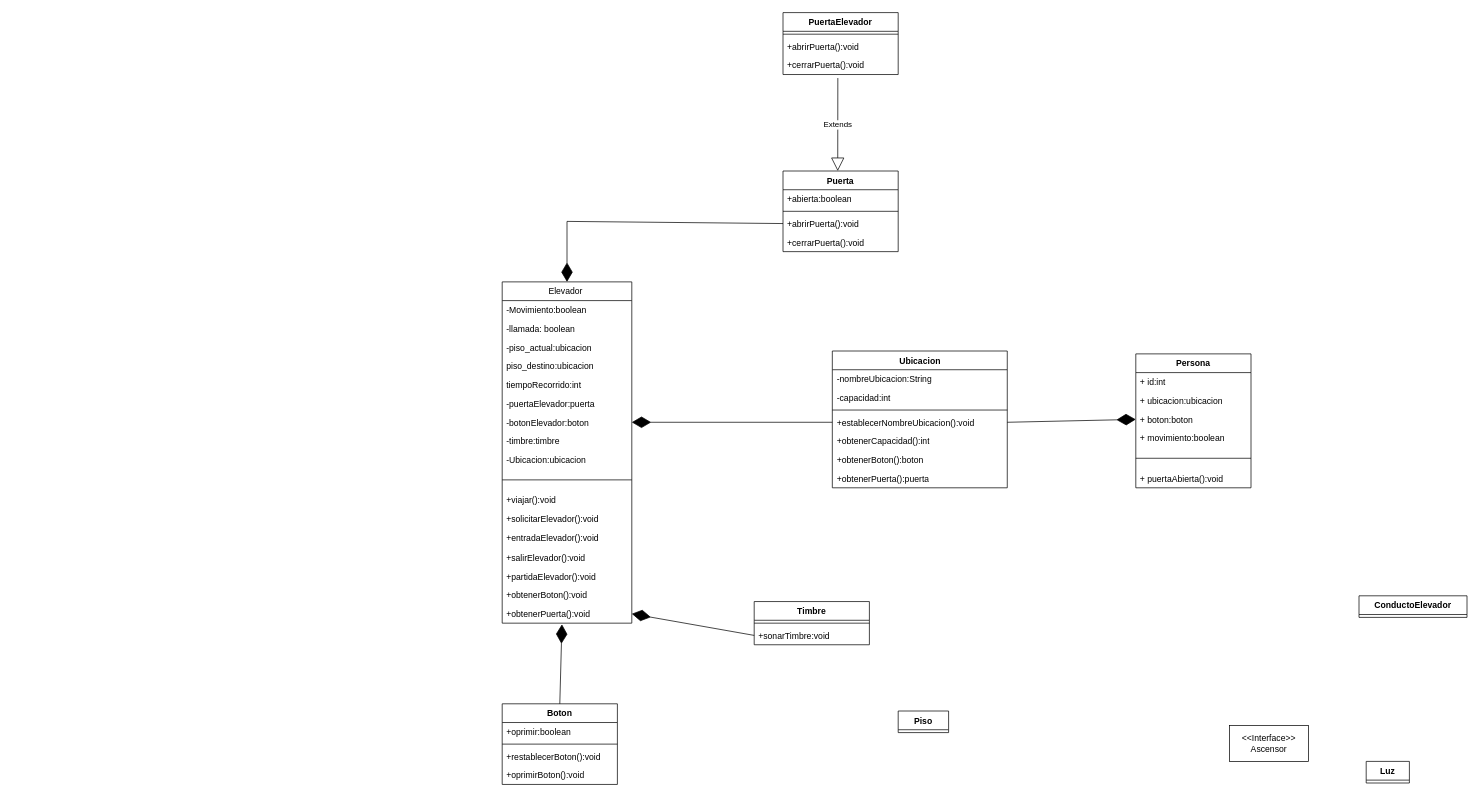
Above: Diagrama sin título.drawio in josearpa123/Ascensor (draw.io), before the change. Source tidied: cells renumbered, new cells numbered last; positions are measured from the earlier drawing's top-left corner, leaving out a move shared by most shapes. Both pictures are drawn from the tidied source at 72%, with x=0, y=0 at pixel (502, 12).
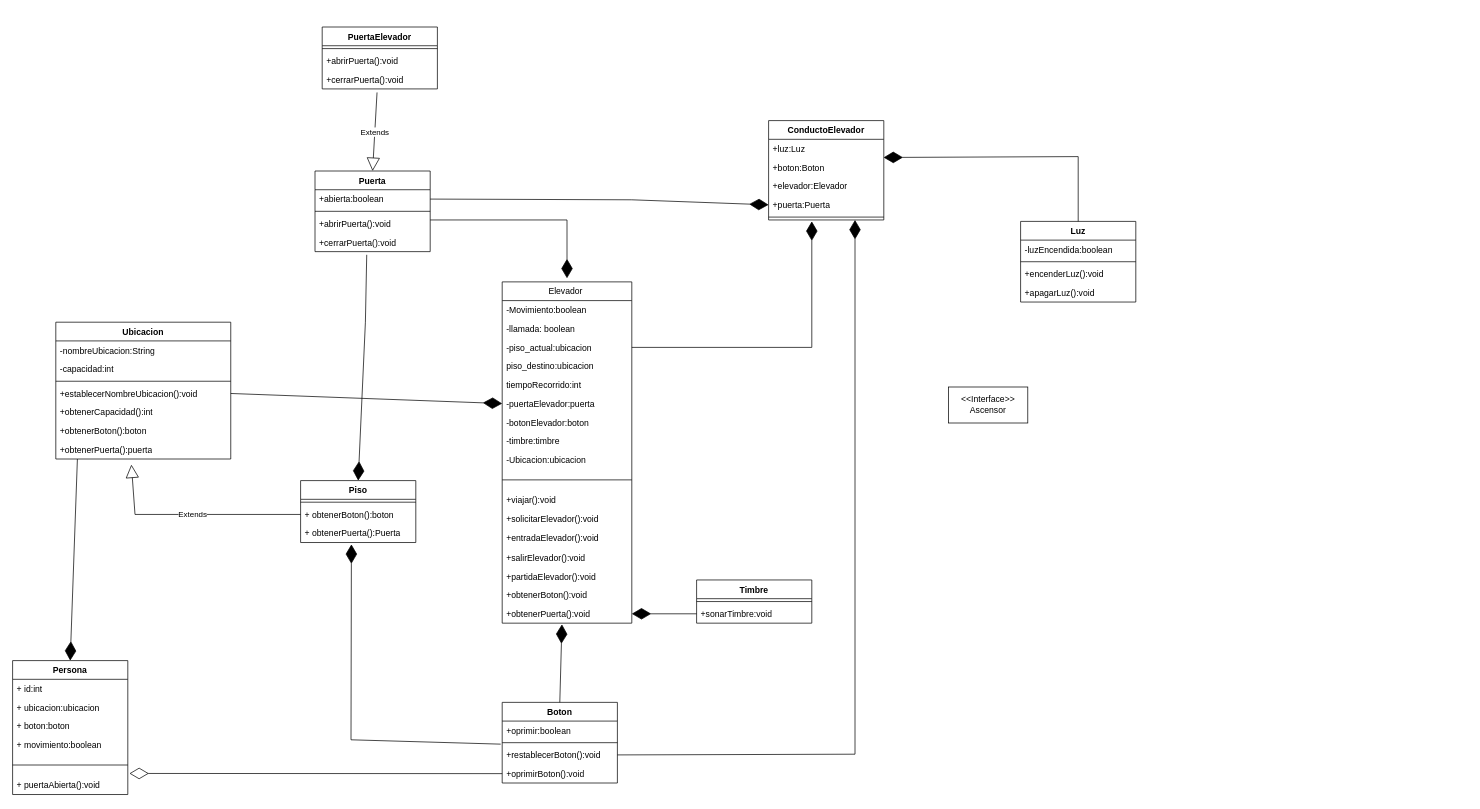
Above is the later version.

Unchanged cells that the change refers to:
```xml
<mxCell id="2" value="Elevador " style="swimlane;fontStyle=0;align=center;verticalAlign=top;horizontal=1;startSize=26;rounded=0;shadow=0;strokeWidth=1;" parent="1" vertex="1">
  <mxGeometry y="374" width="180" height="474" as="geometry" />
</mxCell>
<mxCell id="5" value="-piso_actual:ubicacion" style="text;align=left;verticalAlign=top;spacingLeft=4;spacingRight=4;overflow=hidden;points=[[0,0.5],[1,0.5]];portConstraint=eastwest;rounded=0;shadow=0;html=0;" parent="2" vertex="1">
  <mxGeometry y="78" width="180" height="26" as="geometry" />
</mxCell>
<mxCell id="8" value="-puertaElevador:puerta" style="text;align=left;verticalAlign=top;spacingLeft=4;spacingRight=4;overflow=hidden;points=[[0,0.5],[1,0.5]];portConstraint=eastwest;rounded=0;shadow=0;html=0;" parent="2" vertex="1">
  <mxGeometry y="156" width="180" height="26" as="geometry" />
</mxCell>
<mxCell id="9" value="-botonElevador:boton" style="text;align=left;verticalAlign=top;spacingLeft=4;spacingRight=4;overflow=hidden;points=[[0,0.5],[1,0.5]];portConstraint=eastwest;rounded=0;shadow=0;html=0;" parent="2" vertex="1">
  <mxGeometry y="182" width="180" height="26" as="geometry" />
</mxCell>
<mxCell id="27" value="+restablecerBoton():void" style="text;strokeColor=none;fillColor=none;align=left;verticalAlign=top;spacingLeft=4;spacingRight=4;overflow=hidden;points=[[0,0.5],[1,0.5]];portConstraint=eastwest;whiteSpace=wrap;html=1;" parent="24" vertex="1">
  <mxGeometry y="60" width="160" height="26" as="geometry" />
</mxCell>
<mxCell id="28" value="+oprimirBoton():void" style="text;strokeColor=none;fillColor=none;align=left;verticalAlign=top;spacingLeft=4;spacingRight=4;overflow=hidden;points=[[0,0.5],[1,0.5]];portConstraint=eastwest;whiteSpace=wrap;html=1;" parent="24" vertex="1">
  <mxGeometry y="86" width="160" height="26" as="geometry" />
</mxCell>
<mxCell id="40" value="+ boton:boton" style="text;strokeColor=none;fillColor=none;align=left;verticalAlign=top;spacingLeft=4;spacingRight=4;overflow=hidden;points=[[0,0.5],[1,0.5]];portConstraint=eastwest;whiteSpace=wrap;html=1;" parent="37" vertex="1">
  <mxGeometry y="78" width="160" height="26" as="geometry" />
</mxCell>
<mxCell id="43" value="+ puertaAbierta():void" style="text;strokeColor=none;fillColor=none;align=left;verticalAlign=top;spacingLeft=4;spacingRight=4;overflow=hidden;points=[[0,0.5],[1,0.5]];portConstraint=eastwest;whiteSpace=wrap;html=1;" parent="37" vertex="1">
  <mxGeometry y="160" width="160" height="26" as="geometry" />
</mxCell>
<mxCell id="49" value="+cerrarPuerta():void" style="text;strokeColor=none;fillColor=none;align=left;verticalAlign=top;spacingLeft=4;spacingRight=4;overflow=hidden;points=[[0,0.5],[1,0.5]];portConstraint=eastwest;whiteSpace=wrap;html=1;" parent="46" vertex="1">
  <mxGeometry y="60" width="160" height="26" as="geometry" />
</mxCell>
<mxCell id="53" value="+abierta:boolean" style="text;strokeColor=none;fillColor=none;align=left;verticalAlign=top;spacingLeft=4;spacingRight=4;overflow=hidden;points=[[0,0.5],[1,0.5]];portConstraint=eastwest;whiteSpace=wrap;html=1;" parent="52" vertex="1">
  <mxGeometry y="26" width="160" height="26" as="geometry" />
</mxCell>
<mxCell id="55" value="+abrirPuerta():void" style="text;strokeColor=none;fillColor=none;align=left;verticalAlign=top;spacingLeft=4;spacingRight=4;overflow=hidden;points=[[0,0.5],[1,0.5]];portConstraint=eastwest;whiteSpace=wrap;html=1;" parent="52" vertex="1">
  <mxGeometry y="60" width="160" height="26" as="geometry" />
</mxCell>
<mxCell id="56" value="+cerrarPuerta():void" style="text;strokeColor=none;fillColor=none;align=left;verticalAlign=top;spacingLeft=4;spacingRight=4;overflow=hidden;points=[[0,0.5],[1,0.5]];portConstraint=eastwest;whiteSpace=wrap;html=1;" parent="52" vertex="1">
  <mxGeometry y="86" width="160" height="26" as="geometry" />
</mxCell>
```

What changed in the source:
```diff
@@
-    <mxCell id="20" value="ConductoElevador" style="swimlane;fontStyle=1;align=center;verticalAlign=top;horizontal=1;startSize=26;whiteSpace=wrap;html=1;" parent="1" vertex="1" collapsed="1">
-      <mxGeometry x="1190" y="810" width="150" height="30" as="geometry" />
+    <mxCell id="20" value="ConductoElevador" style="swimlane;fontStyle=1;align=center;verticalAlign=top;horizontal=1;startSize=26;whiteSpace=wrap;html=1;" parent="1" vertex="1">
+      <mxGeometry x="370" y="150" width="160" height="138" as="geometry" />
     </mxCell>
+    <mxCell id="62" value="+luz:Luz" style="text;strokeColor=none;fillColor=none;align=left;verticalAlign=top;spacingLeft=4;spacingRight=4;overflow=hidden;whiteSpace=wrap;html=1;" parent="20" vertex="1">
+      <mxGeometry y="26" width="160" height="26" as="geometry" />
+    </mxCell>
+    <mxCell id="63" value="+boton:Boton" style="text;strokeColor=none;fillColor=none;align=left;verticalAlign=top;spacingLeft=4;spacingRight=4;overflow=hidden;points=[[0,0.5],[1,0.5]];portConstraint=eastwest;whiteSpace=wrap;html=1;" parent="20" vertex="1">
+      <mxGeometry y="52" width="160" height="26" as="geometry" />
+    </mxCell>
+    <mxCell id="64" value="+elevador:Elevador" style="text;strokeColor=none;fillColor=none;align=left;verticalAlign=top;spacingLeft=4;spacingRight=4;overflow=hidden;whiteSpace=wrap;html=1;" parent="20" vertex="1">
+      <mxGeometry y="78" width="160" height="26" as="geometry" />
+    </mxCell>
+    <mxCell id="65" value="+puerta:Puerta" style="text;strokeColor=none;fillColor=none;align=left;verticalAlign=top;spacingLeft=4;spacingRight=4;overflow=hidden;points=[[0,0.5],[1,0.5]];portConstraint=eastwest;whiteSpace=wrap;html=1;" parent="20" vertex="1">
+      <mxGeometry y="104" width="160" height="26" as="geometry" />
+    </mxCell>
+    <mxCell id="66" style="line;strokeWidth=1;fillColor=none;align=left;verticalAlign=middle;spacingTop=-1;spacingLeft=3;spacingRight=3;labelPosition=right;strokeColor=inherit;" parent="20" vertex="1">
+      <mxGeometry y="130" width="160" height="8" as="geometry" />
+    </mxCell>
     <mxCell id="21" value="Timbre" style="swimlane;fontStyle=1;align=center;verticalAlign=top;horizontal=1;startSize=26;whiteSpace=wrap;html=1;" parent="1" vertex="1">
-      <mxGeometry x="350" y="818" width="160" height="60" as="geometry" />
+      <mxGeometry x="270" y="788" width="160" height="60" as="geometry" />
     </mxCell>
@@
     <mxCell id="24" value="Boton" style="swimlane;fontStyle=1;align=center;verticalAlign=top;horizontal=1;startSize=26;whiteSpace=wrap;html=1;" parent="1" vertex="1">
-      <mxGeometry y="960" width="160" height="112" as="geometry" />
+      <mxGeometry y="958" width="160" height="112" as="geometry" />
     </mxCell>
@@
-    <mxCell id="29" value="Ubicacion" style="swimlane;fontStyle=1;align=center;verticalAlign=top;horizontal=1;startSize=26;whiteSpace=wrap;html=1;" parent="1" vertex="1">
-      <mxGeometry x="458.5" y="470" width="243" height="190" as="geometry" />
-    </mxCell>
-    <mxCell id="30" value="-nombreUbicacion:String" style="text;strokeColor=none;fillColor=none;align=left;verticalAlign=top;spacingLeft=4;spacingRight=4;overflow=hidden;whiteSpace=wrap;html=1;" parent="29" vertex="1">
-      <mxGeometry y="26" width="243" height="26" as="geometry" />
-    </mxCell>
-    <mxCell id="31" value="-capacidad:int" style="text;strokeColor=none;fillColor=none;align=left;verticalAlign=top;spacingLeft=4;spacingRight=4;overflow=hidden;whiteSpace=wrap;html=1;" parent="29" vertex="1">
-      <mxGeometry y="52" width="243" height="26" as="geometry" />
-    </mxCell>
-    <mxCell id="32" style="line;strokeWidth=1;fillColor=none;align=left;verticalAlign=middle;spacingTop=-1;spacingLeft=3;spacingRight=3;labelPosition=right;strokeColor=inherit;" parent="29" vertex="1">
-      <mxGeometry y="78" width="243" height="8" as="geometry" />
-    </mxCell>
-    <mxCell id="33" value="+establecerNombreUbicacion():void" style="text;strokeColor=none;fillColor=none;align=left;verticalAlign=top;spacingLeft=4;spacingRight=4;overflow=hidden;points=[[0,0.5],[1,0.5]];portConstraint=eastwest;whiteSpace=wrap;html=1;" parent="29" vertex="1">
-      <mxGeometry y="86" width="243" height="26" as="geometry" />
-    </mxCell>
-    <mxCell id="34" value="+obtenerCapacidad():int" style="text;strokeColor=none;fillColor=none;align=left;verticalAlign=top;spacingLeft=4;spacingRight=4;overflow=hidden;whiteSpace=wrap;html=1;" parent="29" vertex="1">
-      <mxGeometry y="112" width="243" height="26" as="geometry" />
-    </mxCell>
-    <mxCell id="35" value="+obtenerBoton():boton" style="text;strokeColor=none;fillColor=none;align=left;verticalAlign=top;spacingLeft=4;spacingRight=4;overflow=hidden;whiteSpace=wrap;html=1;" parent="29" vertex="1">
-      <mxGeometry y="138" width="243" height="26" as="geometry" />
-    </mxCell>
-    <mxCell id="36" value="+obtenerPuerta():puerta" style="text;strokeColor=none;fillColor=none;align=left;verticalAlign=top;spacingLeft=4;spacingRight=4;overflow=hidden;points=[[0,0.5],[1,0.5]];portConstraint=eastwest;whiteSpace=wrap;html=1;" parent="29" vertex="1">
-      <mxGeometry y="164" width="243" height="26" as="geometry" />
-    </mxCell>
     <mxCell id="37" value="Persona" style="swimlane;fontStyle=1;align=center;verticalAlign=top;horizontal=1;startSize=26;whiteSpace=wrap;html=1;" parent="1" vertex="1">
-      <mxGeometry x="880" y="474" width="160" height="186" as="geometry" />
+      <mxGeometry x="-680" y="900" width="160" height="186" as="geometry" />
     </mxCell>
@@
-    <mxCell id="44" value="Luz" style="swimlane;fontStyle=1;align=center;verticalAlign=top;horizontal=1;startSize=26;whiteSpace=wrap;html=1;" parent="1" vertex="1" collapsed="1">
-      <mxGeometry x="1200" y="1040" width="60" height="30" as="geometry" />
+    <mxCell id="44" value="Luz" style="swimlane;fontStyle=1;align=center;verticalAlign=top;horizontal=1;startSize=26;whiteSpace=wrap;html=1;" parent="1" vertex="1">
+      <mxGeometry x="720" y="290" width="160" height="112" as="geometry" />
     </mxCell>
+    <mxCell id="67" value="-luzEncendida:boolean" style="text;strokeColor=none;fillColor=none;align=left;verticalAlign=top;spacingLeft=4;spacingRight=4;overflow=hidden;whiteSpace=wrap;html=1;" parent="44" vertex="1">
+      <mxGeometry y="26" width="160" height="26" as="geometry" />
+    </mxCell>
+    <mxCell id="68" style="line;strokeWidth=1;fillColor=none;align=left;verticalAlign=middle;spacingTop=-1;spacingLeft=3;spacingRight=3;labelPosition=right;strokeColor=inherit;" parent="44" vertex="1">
+      <mxGeometry y="52" width="160" height="8" as="geometry" />
+    </mxCell>
+    <mxCell id="69" value="+encenderLuz():void" style="text;strokeColor=none;fillColor=none;align=left;verticalAlign=top;spacingLeft=4;spacingRight=4;overflow=hidden;whiteSpace=wrap;html=1;" parent="44" vertex="1">
+      <mxGeometry y="60" width="160" height="26" as="geometry" />
+    </mxCell>
+    <mxCell id="70" value="+apagarLuz():void" style="text;strokeColor=none;fillColor=none;align=left;verticalAlign=top;spacingLeft=4;spacingRight=4;overflow=hidden;whiteSpace=wrap;html=1;" parent="44" vertex="1">
+      <mxGeometry y="86" width="160" height="26" as="geometry" />
+    </mxCell>
-    <mxCell id="45" value="Piso" style="swimlane;fontStyle=1;align=center;verticalAlign=top;horizontal=1;startSize=26;whiteSpace=wrap;html=1;" parent="1" vertex="1" collapsed="1">
-      <mxGeometry x="550" y="970" width="70" height="30" as="geometry" />
+    <mxCell id="45" value="Piso" style="swimlane;fontStyle=1;align=center;verticalAlign=top;horizontal=1;startSize=26;whiteSpace=wrap;html=1;" parent="1" vertex="1">
+      <mxGeometry x="-280" y="650" width="160" height="86" as="geometry" />
     </mxCell>
+    <mxCell id="71" style="line;strokeWidth=1;fillColor=none;align=left;verticalAlign=middle;spacingTop=-1;spacingLeft=3;spacingRight=3;labelPosition=right;strokeColor=inherit;" parent="45" vertex="1">
+      <mxGeometry y="26" width="160" height="8" as="geometry" />
+    </mxCell>
+    <mxCell id="72" value="+ obtenerBoton():boton" style="text;strokeColor=none;fillColor=none;align=left;verticalAlign=top;spacingLeft=4;spacingRight=4;overflow=hidden;points=[[0,0.5],[1,0.5]];portConstraint=eastwest;whiteSpace=wrap;html=1;" parent="45" vertex="1">
+      <mxGeometry y="34" width="160" height="26" as="geometry" />
+    </mxCell>
+    <mxCell id="73" value="+ obtenerPuerta():Puerta" style="text;strokeColor=none;fillColor=none;align=left;verticalAlign=top;spacingLeft=4;spacingRight=4;overflow=hidden;points=[[0,0.5],[1,0.5]];portConstraint=eastwest;whiteSpace=wrap;html=1;" parent="45" vertex="1">
+      <mxGeometry y="60" width="160" height="26" as="geometry" />
+    </mxCell>
     <mxCell id="46" value="PuertaElevador" style="swimlane;fontStyle=1;align=center;verticalAlign=top;horizontal=1;startSize=26;whiteSpace=wrap;html=1;" parent="1" vertex="1">
-      <mxGeometry x="390" width="160" height="86" as="geometry" />
+      <mxGeometry x="-250" y="20" width="160" height="86" as="geometry" />
     </mxCell>
@@
     <mxCell id="50" value="&amp;lt;&amp;lt;Interface&amp;gt;&amp;gt;&lt;br&gt;Ascensor" style="html=1;whiteSpace=wrap;" parent="1" vertex="1">
-      <mxGeometry x="1010" y="990" width="110" height="50" as="geometry" />
+      <mxGeometry x="620" y="520" width="110" height="50" as="geometry" />
     </mxCell>
-    <mxCell id="51" style="endArrow=diamondThin;endFill=1;endSize=24;html=1;rounded=0;exitX=0;exitY=0.5;exitDx=0;exitDy=0;entryX=1;entryY=0.5;entryDx=0;entryDy=0;" parent="1" edge="1" source="33" target="9">
+    <mxCell id="51" style="endArrow=diamondThin;endFill=1;endSize=24;html=1;rounded=0;exitX=1;exitY=0.5;exitDx=0;exitDy=0;entryX=0;entryY=0.5;entryDx=0;entryDy=0;" parent="1" edge="1" source="33" target="8">
       <mxGeometry relative="1" as="geometry" />
     </mxCell>
     <mxCell id="52" value="Puerta" style="swimlane;fontStyle=1;align=center;verticalAlign=top;horizontal=1;startSize=26;whiteSpace=wrap;html=1;" parent="1" vertex="1">
-      <mxGeometry x="390" y="220" width="160" height="112" as="geometry" />
+      <mxGeometry x="-260" y="220" width="160" height="112" as="geometry" />
     </mxCell>
@@
-    <mxCell id="57" style="endArrow=diamondThin;endFill=1;endSize=24;html=1;rounded=0;exitX=0;exitY=0.5;exitDx=0;exitDy=0;entryX=0.5;entryY=0;entryDx=0;entryDy=0;" parent="1" edge="1" source="55" target="2">
+    <mxCell id="57" style="endArrow=diamondThin;endFill=1;endSize=24;html=1;rounded=0;exitX=1;exitY=0.5;exitDx=0;exitDy=0;entryX=0.5;entryY=0;entryDx=0;entryDy=0;" parent="1" edge="1">
       <mxGeometry relative="1" as="geometry">
+        <mxPoint x="-100" y="288" as="sourcePoint" />
+        <mxPoint x="90" y="369" as="targetPoint" />
         <Array as="points">
-          <mxPoint x="90" y="290" />
+          <mxPoint x="90" y="288" />
         </Array>
       </mxGeometry>
     </mxCell>
@@
-    <mxCell id="60" value="Extends" style="endArrow=block;endSize=16;endFill=0;html=1;rounded=0;exitX=0.476;exitY=1.188;exitDx=0;exitDy=0;exitPerimeter=0;" parent="1" edge="1" source="49">
-      <mxGeometry relative="1" as="geometry">
-        <mxPoint x="466" y="220" as="targetPoint" />
-      </mxGeometry>
+    <mxCell id="60" value="Extends" style="endArrow=block;endSize=16;endFill=0;html=1;rounded=0;exitX=0.476;exitY=1.188;exitDx=0;exitDy=0;exitPerimeter=0;entryX=0.5;entryY=0;entryDx=0;entryDy=0;" parent="1" edge="1" source="49" target="52">
+      <mxGeometry relative="1" as="geometry" />
     </mxCell>
-    <mxCell id="61" style="endArrow=diamondThin;endFill=1;endSize=24;html=1;rounded=0;exitX=1;exitY=0.5;exitDx=0;exitDy=0;entryX=0;entryY=0.5;entryDx=0;entryDy=0;" parent="1" edge="1" source="33" target="40">
-      <mxGeometry relative="1" as="geometry" />
-    </mxCell>
+    <mxCell id="74" style="endArrow=diamondThin;endFill=1;endSize=24;html=1;rounded=0;entryX=0.5;entryY=0;entryDx=0;entryDy=0;" parent="1" edge="1" target="37">
+      <mxGeometry relative="1" as="geometry">
+        <mxPoint x="-590" y="620" as="sourcePoint" />
+      </mxGeometry>
+    </mxCell>
+    <mxCell id="75" style="endArrow=diamondThin;endFill=1;endSize=24;html=1;rounded=0;exitX=0.449;exitY=1.169;exitDx=0;exitDy=0;entryX=0.5;entryY=0;entryDx=0;entryDy=0;exitPerimeter=0;" parent="1" edge="1" source="56" target="45">
+      <mxGeometry relative="1" as="geometry">
+        <Array as="points">
+          <mxPoint x="-190" y="430" />
+        </Array>
+      </mxGeometry>
+    </mxCell>
+    <mxCell id="76" style="endArrow=diamondThin;endFill=1;endSize=24;html=1;rounded=0;exitX=-0.013;exitY=-0.075;exitDx=0;exitDy=0;exitPerimeter=0;entryX=0.441;entryY=1.1;entryDx=0;entryDy=0;entryPerimeter=0;" parent="1" edge="1" source="27" target="73">
+      <mxGeometry relative="1" as="geometry">
+        <Array as="points">
+          <mxPoint x="-210" y="1010" />
+        </Array>
+      </mxGeometry>
+    </mxCell>
+    <mxCell id="77" style="endArrow=diamondThin;endFill=1;endSize=24;html=1;rounded=0;exitX=1;exitY=0.5;exitDx=0;exitDy=0;" parent="1" edge="1" source="5">
+      <mxGeometry relative="1" as="geometry">
+        <mxPoint x="430" y="290" as="targetPoint" />
+        <Array as="points">
+          <mxPoint x="430" y="465" />
+        </Array>
+      </mxGeometry>
+    </mxCell>
+    <mxCell id="78" style="endArrow=diamondThin;endFill=1;endSize=24;html=1;rounded=0;entryX=0;entryY=0.5;entryDx=0;entryDy=0;exitX=1;exitY=0.5;exitDx=0;exitDy=0;" parent="1" edge="1" source="53" target="65">
+      <mxGeometry relative="1" as="geometry">
+        <Array as="points">
+          <mxPoint x="180" y="260" />
+        </Array>
+      </mxGeometry>
+    </mxCell>
+    <mxCell id="79" style="endArrow=diamondThin;endFill=1;endSize=24;html=1;rounded=0;exitX=0.5;exitY=0;exitDx=0;exitDy=0;entryX=0.998;entryY=-0.031;entryDx=0;entryDy=0;entryPerimeter=0;" parent="1" edge="1" source="44" target="63">
+      <mxGeometry relative="1" as="geometry">
+        <Array as="points">
+          <mxPoint x="800" y="200" />
+        </Array>
+      </mxGeometry>
+    </mxCell>
+    <mxCell id="29" value="Ubicacion" style="swimlane;fontStyle=1;align=center;verticalAlign=top;horizontal=1;startSize=26;whiteSpace=wrap;html=1;" parent="1" vertex="1">
+      <mxGeometry x="-620" y="430" width="243" height="190" as="geometry" />
+    </mxCell>
+    <mxCell id="30" value="-nombreUbicacion:String" style="text;strokeColor=none;fillColor=none;align=left;verticalAlign=top;spacingLeft=4;spacingRight=4;overflow=hidden;whiteSpace=wrap;html=1;" parent="29" vertex="1">
+      <mxGeometry y="26" width="243" height="26" as="geometry" />
+    </mxCell>
+    <mxCell id="31" value="-capacidad:int" style="text;strokeColor=none;fillColor=none;align=left;verticalAlign=top;spacingLeft=4;spacingRight=4;overflow=hidden;whiteSpace=wrap;html=1;" parent="29" vertex="1">
+      <mxGeometry y="52" width="243" height="26" as="geometry" />
+    </mxCell>
+    <mxCell id="32" style="line;strokeWidth=1;fillColor=none;align=left;verticalAlign=middle;spacingTop=-1;spacingLeft=3;spacingRight=3;labelPosition=right;strokeColor=inherit;" parent="29" vertex="1">
+      <mxGeometry y="78" width="243" height="8" as="geometry" />
+    </mxCell>
+    <mxCell id="33" value="+establecerNombreUbicacion():void" style="text;strokeColor=none;fillColor=none;align=left;verticalAlign=top;spacingLeft=4;spacingRight=4;overflow=hidden;points=[[0,0.5],[1,0.5]];portConstraint=eastwest;whiteSpace=wrap;html=1;" parent="29" vertex="1">
+      <mxGeometry y="86" width="243" height="26" as="geometry" />
+    </mxCell>
+    <mxCell id="34" value="+obtenerCapacidad():int" style="text;strokeColor=none;fillColor=none;align=left;verticalAlign=top;spacingLeft=4;spacingRight=4;overflow=hidden;whiteSpace=wrap;html=1;" parent="29" vertex="1">
+      <mxGeometry y="112" width="243" height="26" as="geometry" />
+    </mxCell>
+    <mxCell id="35" value="+obtenerBoton():boton" style="text;strokeColor=none;fillColor=none;align=left;verticalAlign=top;spacingLeft=4;spacingRight=4;overflow=hidden;whiteSpace=wrap;html=1;" parent="29" vertex="1">
+      <mxGeometry y="138" width="243" height="26" as="geometry" />
+    </mxCell>
+    <mxCell id="36" value="+obtenerPuerta():puerta" style="text;strokeColor=none;fillColor=none;align=left;verticalAlign=top;spacingLeft=4;spacingRight=4;overflow=hidden;points=[[0,0.5],[1,0.5]];portConstraint=eastwest;whiteSpace=wrap;html=1;" parent="29" vertex="1">
+      <mxGeometry y="164" width="243" height="26" as="geometry" />
+    </mxCell>
+    <mxCell id="80" value="Extends" style="endArrow=block;endSize=16;endFill=0;html=1;rounded=0;exitX=0;exitY=0.5;exitDx=0;exitDy=0;entryX=0.432;entryY=1.3;entryDx=0;entryDy=0;entryPerimeter=0;" parent="1" edge="1" source="72" target="36">
+      <mxGeometry relative="1" as="geometry">
+        <Array as="points">
+          <mxPoint x="-510" y="697" />
+        </Array>
+      </mxGeometry>
+    </mxCell>
+    <mxCell id="81" style="endArrow=diamondThin;endFill=0;endSize=24;html=1;rounded=0;exitX=0;exitY=0.5;exitDx=0;exitDy=0;entryX=1.014;entryY=-0.125;entryDx=0;entryDy=0;entryPerimeter=0;" parent="1" edge="1" source="28" target="43">
+      <mxGeometry relative="1" as="geometry" />
+    </mxCell>
+    <mxCell id="82" style="endArrow=diamondThin;endFill=1;endSize=24;html=1;rounded=0;exitX=1;exitY=0.5;exitDx=0;exitDy=0;entryX=0.75;entryY=1;entryDx=0;entryDy=0;" parent="1" edge="1" source="27" target="20">
+      <mxGeometry relative="1" as="geometry">
+        <Array as="points">
+          <mxPoint x="490" y="1030" />
+        </Array>
+      </mxGeometry>
+    </mxCell>
```
